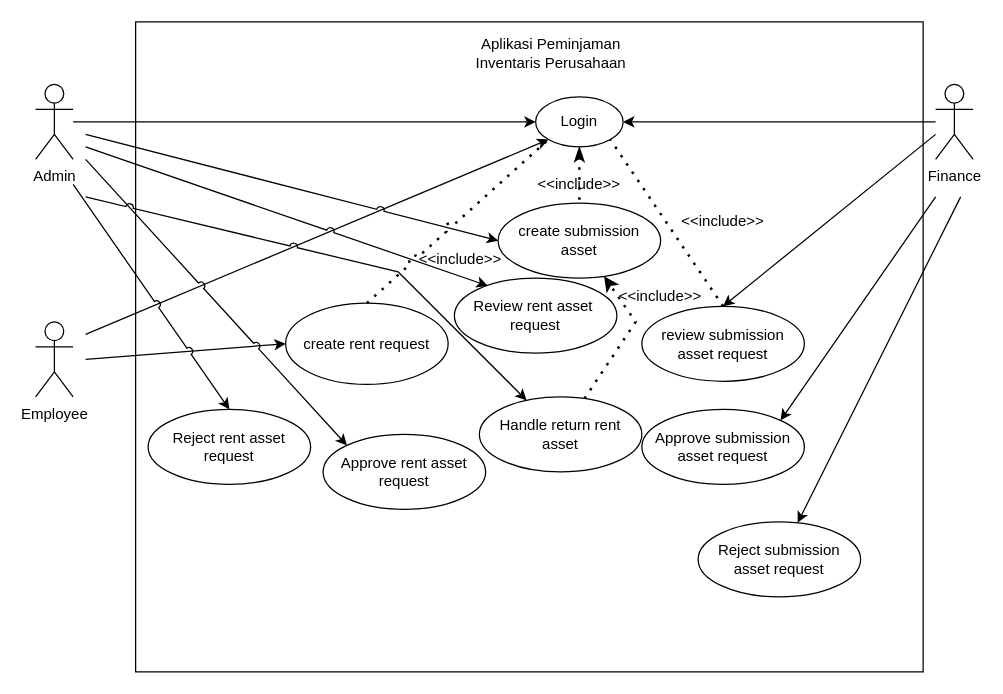
alifandartaa/BPMN-MCC72 keeps this draw.io diagram as page "UCD" (2 of 7) of Untitled Diagram.drawio. Above is the earlier version. Source tidied: cells renumbered, new cells numbered last; positions are measured from the earlier drawing's top-left corner, leaving out a move shared by most shapes. Both pictures are drawn from the tidied source at 125%, with x=0, y=0 at pixel (35, 21).
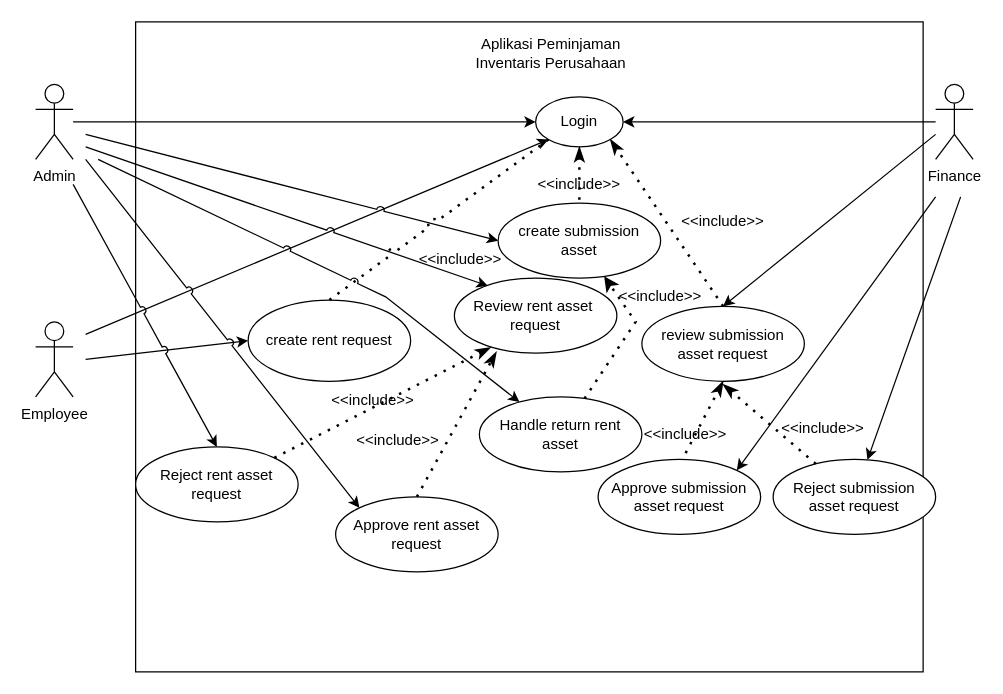
Above is the later version.

The change refers to these unchanged cells:
```xml
<mxCell id="5" value="Login" style="ellipse;whiteSpace=wrap;html=1;" parent="1" vertex="1">
  <mxGeometry x="400" y="60" width="70" height="40" as="geometry" />
</mxCell>
<mxCell id="7" value="Review rent asset&amp;nbsp;&lt;br&gt;request" style="ellipse;whiteSpace=wrap;html=1;" parent="1" vertex="1">
  <mxGeometry x="335" y="205" width="130" height="60" as="geometry" />
</mxCell>
<mxCell id="14" value="review submission asset request" style="ellipse;whiteSpace=wrap;html=1;" parent="1" vertex="1">
  <mxGeometry x="485" y="227.5" width="130" height="60" as="geometry" />
</mxCell>
<mxCell id="34" value="Handle return rent asset" style="ellipse;whiteSpace=wrap;html=1;" parent="1" vertex="1">
  <mxGeometry x="355" y="300" width="130" height="60" as="geometry" />
</mxCell>
```

What changed in the source:
```diff
@@
     <mxCell id="8" value="Approve submission asset request" style="ellipse;whiteSpace=wrap;html=1;" parent="1" vertex="1">
-      <mxGeometry x="485" y="310" width="130" height="60" as="geometry" />
+      <mxGeometry x="450" y="350" width="130" height="60" as="geometry" />
     </mxCell>
     <mxCell id="9" value="Reject submission asset request" style="ellipse;whiteSpace=wrap;html=1;" parent="1" vertex="1">
-      <mxGeometry x="530" y="400" width="130" height="60" as="geometry" />
+      <mxGeometry x="590" y="350" width="130" height="60" as="geometry" />
     </mxCell>
@@
     <mxCell id="11" value="Approve rent asset request" style="ellipse;whiteSpace=wrap;html=1;" parent="1" vertex="1">
-      <mxGeometry x="230" y="330" width="130" height="60" as="geometry" />
+      <mxGeometry x="240" y="380" width="130" height="60" as="geometry" />
     </mxCell>
     <mxCell id="12" value="create rent request" style="ellipse;whiteSpace=wrap;html=1;" parent="1" vertex="1">
-      <mxGeometry x="200" y="225" width="130" height="65" as="geometry" />
+      <mxGeometry x="170" y="222.5" width="130" height="65" as="geometry" />
     </mxCell>
     <mxCell id="13" value="Reject rent asset request" style="ellipse;whiteSpace=wrap;html=1;" parent="1" vertex="1">
-      <mxGeometry x="90" y="310" width="130" height="60" as="geometry" />
+      <mxGeometry x="80" y="340" width="130" height="60" as="geometry" />
     </mxCell>
@@
-    <mxCell id="28" style="endArrow=none;dashed=1;html=1;dashPattern=1 3;strokeWidth=2;rounded=0;entryX=1;entryY=1;entryDx=0;entryDy=0;exitX=0.5;exitY=0;exitDx=0;exitDy=0;jumpStyle=arc;" parent="1" edge="1" source="14" target="5">
+    <mxCell id="28" style="endArrow=classicThin;dashed=1;html=1;dashPattern=1 3;strokeWidth=2;rounded=0;entryX=1;entryY=1;entryDx=0;entryDy=0;exitX=0.5;exitY=0;exitDx=0;exitDy=0;jumpStyle=arc;endFill=1;" parent="1" edge="1" source="14" target="5">
       <mxGeometry relative="1" as="geometry" />
     </mxCell>
@@
     <mxCell id="33" style="endArrow=classic;html=1;rounded=0;jumpStyle=arc;" parent="1" edge="1" target="34">
       <mxGeometry relative="1" as="geometry">
-        <mxPoint x="40" y="140" as="sourcePoint" />
+        <mxPoint x="50" y="110" as="sourcePoint" />
         <Array as="points">
-          <mxPoint x="290" y="200" />
+          <mxPoint x="280" y="220" />
         </Array>
       </mxGeometry>
     </mxCell>
@@
+    <mxCell id="37" value="&amp;lt;&amp;lt;include&amp;gt;&amp;gt;" style="text;html=1;strokeColor=none;fillColor=none;align=center;verticalAlign=middle;whiteSpace=wrap;rounded=0;" parent="1" vertex="1">
+      <mxGeometry x="240" y="287.5" width="60" height="30" as="geometry" />
+    </mxCell>
+    <mxCell id="38" style="endArrow=classicThin;dashed=1;html=1;dashPattern=1 3;strokeWidth=2;rounded=0;exitX=1;exitY=0;exitDx=0;exitDy=0;entryX=0.222;entryY=0.926;entryDx=0;entryDy=0;entryPerimeter=0;endFill=1;" parent="1" edge="1" source="13" target="7">
+      <mxGeometry relative="1" as="geometry" />
+    </mxCell>
+    <mxCell id="39" style="endArrow=classicThin;dashed=1;html=1;dashPattern=1 3;strokeWidth=2;rounded=0;exitX=0.5;exitY=0;exitDx=0;exitDy=0;entryX=0.258;entryY=0.985;entryDx=0;entryDy=0;entryPerimeter=0;endFill=1;" parent="1" edge="1" source="11" target="7">
+      <mxGeometry relative="1" as="geometry" />
+    </mxCell>
+    <mxCell id="40" value="&amp;lt;&amp;lt;include&amp;gt;&amp;gt;" style="text;html=1;strokeColor=none;fillColor=none;align=center;verticalAlign=middle;whiteSpace=wrap;rounded=0;" parent="1" vertex="1">
+      <mxGeometry x="260" y="320" width="60" height="30" as="geometry" />
+    </mxCell>
+    <mxCell id="41" value="&amp;lt;&amp;lt;include&amp;gt;&amp;gt;" style="text;html=1;strokeColor=none;fillColor=none;align=center;verticalAlign=middle;whiteSpace=wrap;rounded=0;" parent="1" vertex="1">
+      <mxGeometry x="490" y="315" width="60" height="30" as="geometry" />
+    </mxCell>
+    <mxCell id="42" style="endArrow=classicThin;dashed=1;html=1;dashPattern=1 3;strokeWidth=2;rounded=0;exitX=0.5;exitY=1;exitDx=0;exitDy=0;entryX=0.5;entryY=1;entryDx=0;entryDy=0;endFill=1;" parent="1" edge="1" source="41" target="14">
+      <mxGeometry relative="1" as="geometry" />
+    </mxCell>
+    <mxCell id="43" value="&amp;lt;&amp;lt;include&amp;gt;&amp;gt;" style="text;html=1;strokeColor=none;fillColor=none;align=center;verticalAlign=middle;whiteSpace=wrap;rounded=0;" parent="1" vertex="1">
+      <mxGeometry x="600" y="310" width="60" height="30" as="geometry" />
+    </mxCell>
+    <mxCell id="44" style="endArrow=classicThin;dashed=1;html=1;dashPattern=1 3;strokeWidth=2;rounded=0;endFill=1;" parent="1" edge="1" source="9">
+      <mxGeometry relative="1" as="geometry">
+        <mxPoint x="550" y="290" as="targetPoint" />
+      </mxGeometry>
+    </mxCell>
```
